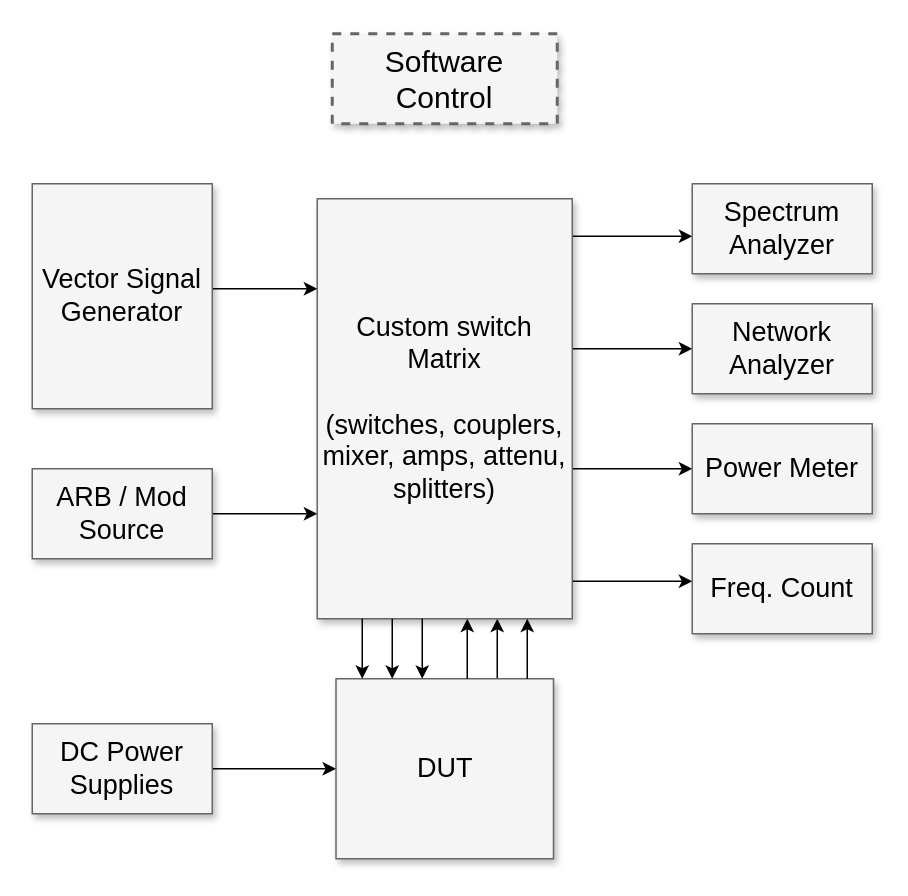
Before: Glider.drawio in hofcake/Glider, a draw.io diagram. Source tidied: cells renumbered, new cells numbered last; positions are measured from the earlier drawing's top-left corner, leaving out a move shared by most shapes. Both pictures are drawn from the tidied source at 150%, with x=0, y=0 at pixel (32, 33).
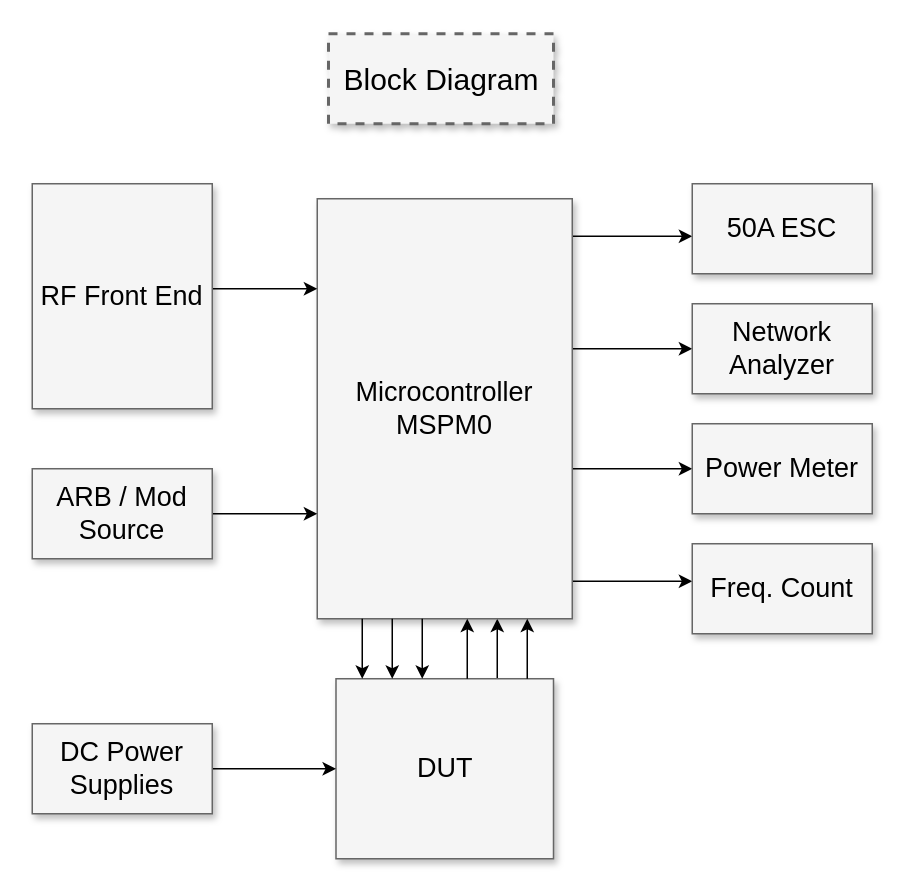
After the change.

The edit, as a diff of the source:
```diff
@@
-    <mxCell id="2" value="Software Control" style="whiteSpace=wrap;html=1;shadow=1;fontSize=20;fillColor=#f5f5f5;strokeColor=#666666;strokeWidth=2;dashed=1;" parent="1" vertex="1">
-      <mxGeometry x="200" width="150" height="60" as="geometry" />
+    <mxCell id="2" value="Block Diagram" style="whiteSpace=wrap;html=1;shadow=1;fontSize=20;fillColor=#f5f5f5;strokeColor=#666666;strokeWidth=2;dashed=1;" parent="1" vertex="1">
+      <mxGeometry x="197.5" width="150" height="60" as="geometry" />
     </mxCell>
@@
-    <mxCell id="8" value="Custom switch Matrix&lt;div&gt;&lt;br&gt;&lt;/div&gt;&lt;div&gt;(switches, couplers, mixer, amps, attenu, splitters)&lt;/div&gt;" style="whiteSpace=wrap;html=1;shadow=1;fontSize=18;fillColor=#f5f5f5;strokeColor=#666666;" parent="1" vertex="1">
+    <mxCell id="8" value="Microcontroller&lt;div&gt;MSPM0&lt;/div&gt;" style="whiteSpace=wrap;html=1;shadow=1;fontSize=18;fillColor=#f5f5f5;strokeColor=#666666;" parent="1" vertex="1">
       <mxGeometry x="190" y="110" width="170" height="280" as="geometry" />
     </mxCell>
-    <mxCell id="9" value="Spectrum Analyzer" style="whiteSpace=wrap;html=1;shadow=1;fontSize=18;fillColor=#f5f5f5;strokeColor=#666666;" parent="1" vertex="1">
+    <mxCell id="9" value="50A ESC" style="whiteSpace=wrap;html=1;shadow=1;fontSize=18;fillColor=#f5f5f5;strokeColor=#666666;" parent="1" vertex="1">
       <mxGeometry x="440" y="100" width="120" height="60" as="geometry" />
     </mxCell>
@@
-    <mxCell id="14" value="Vector Signal Generator" style="whiteSpace=wrap;html=1;shadow=1;fontSize=18;fillColor=#f5f5f5;strokeColor=#666666;" parent="1" vertex="1">
+    <mxCell id="14" value="RF Front End" style="whiteSpace=wrap;html=1;shadow=1;fontSize=18;fillColor=#f5f5f5;strokeColor=#666666;" parent="1" vertex="1">
       <mxGeometry y="100" width="120" height="150" as="geometry" />
     </mxCell>
```
